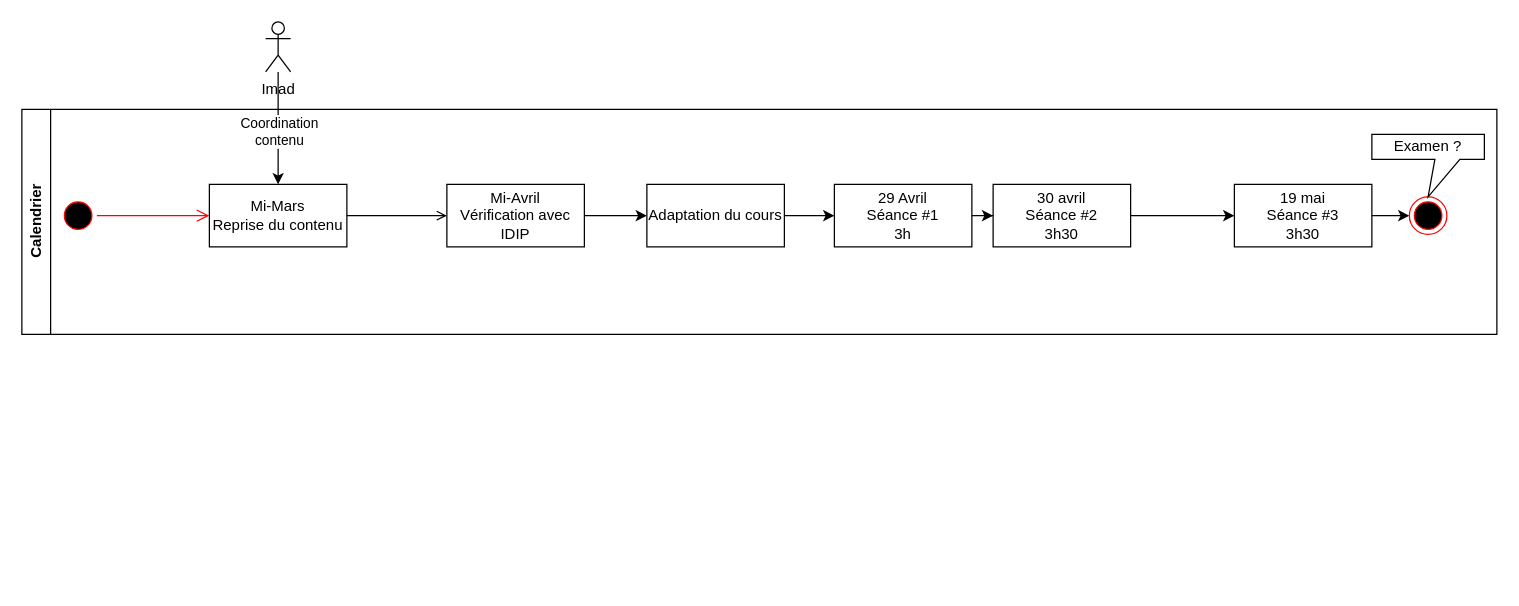
Above: Cours IA et RH.drawio in Fabrice-64/Drawings (draw.io), before the change. Source tidied: cells renumbered, new cells numbered last; positions are measured from the earlier drawing's top-left corner, leaving out a move shared by most shapes. Both pictures are drawn from the tidied source at 125%, with x=0, y=0 at pixel (21, 21).
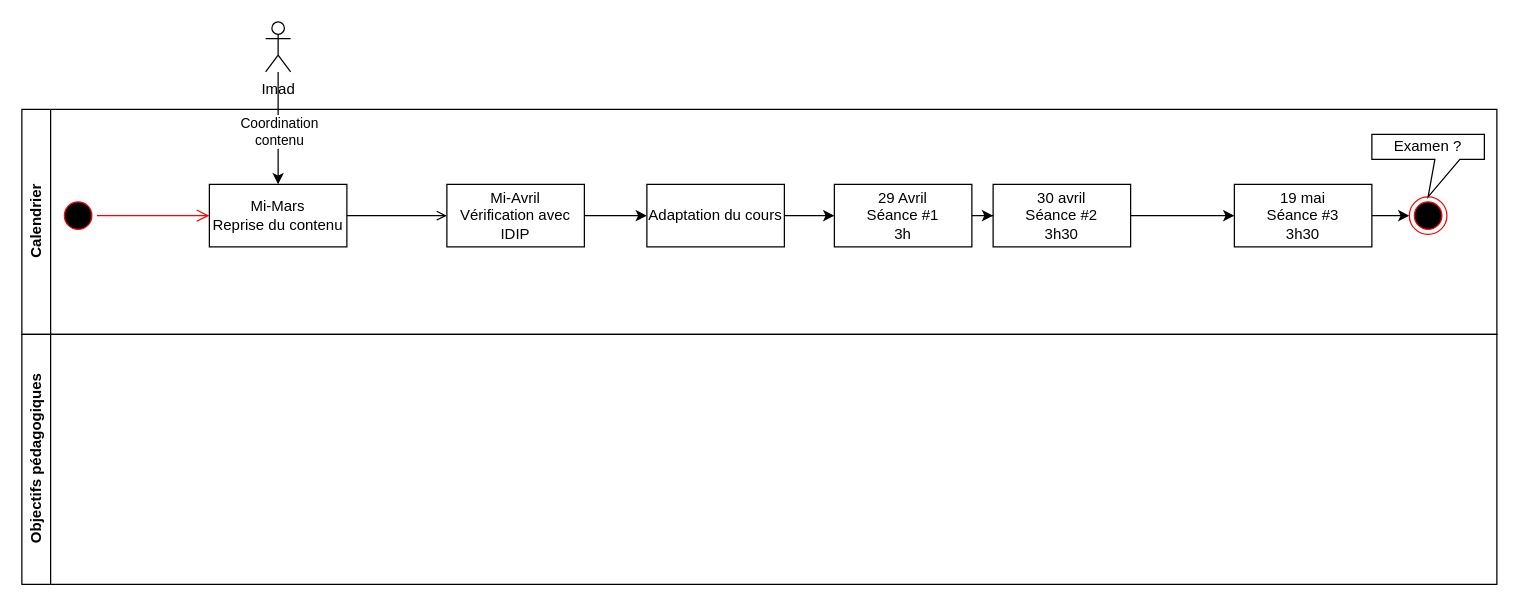
Above is the later version.

Commit message:
Ajout ligne d'eau objectifs pédagogiques

The edit, as a diff of the source:
```diff
@@
+    <mxCell id="22" value="Objectifs pédagogiques" style="swimlane;horizontal=0;whiteSpace=wrap;html=1;" parent="1" vertex="1">
+      <mxGeometry y="250" width="1180" height="200" as="geometry" />
+    </mxCell>
```
